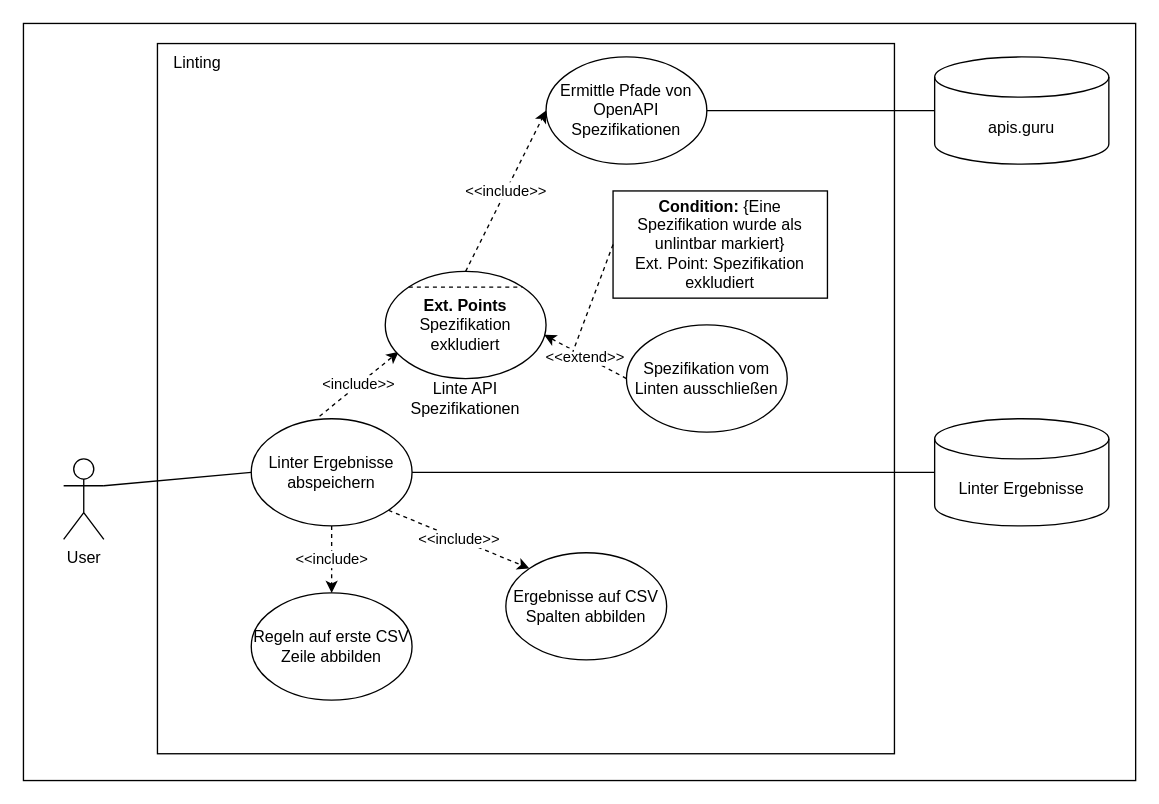
Above: requirements/usecase/linting.drawio in paulbrenker/thesis (draw.io), before the change. Source tidied: cells renumbered, new cells numbered last; positions are measured from the earlier drawing's top-left corner, leaving out a move shared by most shapes. Both pictures are drawn from the tidied source at 134%, with x=0, y=0 at pixel (23, 23).
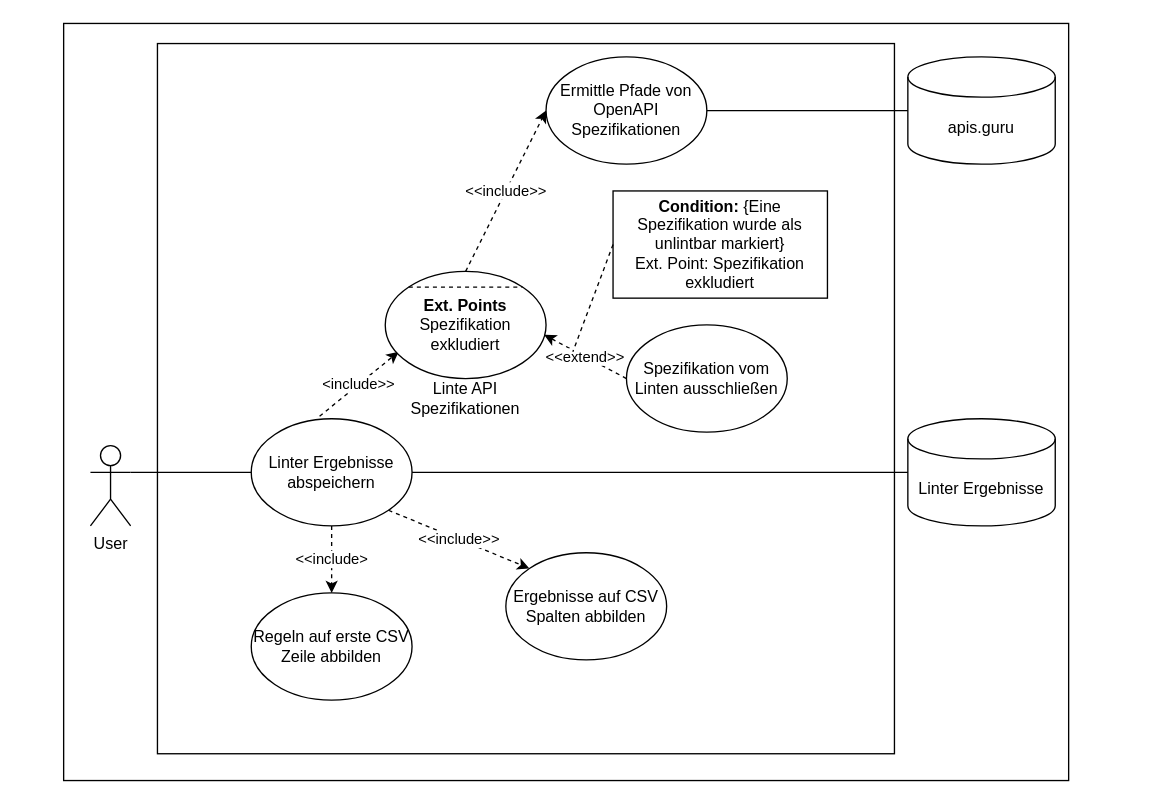
The same diagram, later.

Change to the diagram source:
```diff
@@
     <mxCell id="2" style="rounded=0;whiteSpace=wrap;html=1;" parent="1" vertex="1">
-      <mxGeometry width="830" height="565" as="geometry" />
+      <mxGeometry x="30" width="750" height="565" as="geometry" />
     </mxCell>
@@
     <mxCell id="4" value="User" style="shape=umlActor;verticalLabelPosition=bottom;verticalAlign=top;html=1;outlineConnect=0;" parent="1" vertex="1">
-      <mxGeometry x="30" y="325" width="30" height="60" as="geometry" />
+      <mxGeometry x="50" y="315" width="30" height="60" as="geometry" />
     </mxCell>
@@
     <mxCell id="11" value="Linter Ergebnisse" style="shape=cylinder3;whiteSpace=wrap;html=1;boundedLbl=1;backgroundOutline=1;size=15;" parent="1" vertex="1">
-      <mxGeometry x="680" y="295" width="130" height="80" as="geometry" />
+      <mxGeometry x="660" y="295" width="110" height="80" as="geometry" />
     </mxCell>
@@
-    <mxCell id="14" value="Linting" style="text;html=1;strokeColor=none;fillColor=none;align=center;verticalAlign=middle;whiteSpace=wrap;rounded=0;" parent="1" vertex="1">
-      <mxGeometry x="100" y="15" width="60" height="30" as="geometry" />
-    </mxCell>
@@
     <mxCell id="18" value="apis.guru" style="shape=cylinder3;whiteSpace=wrap;html=1;boundedLbl=1;backgroundOutline=1;size=15;" parent="1" vertex="1">
-      <mxGeometry x="680" y="25" width="130" height="80" as="geometry" />
+      <mxGeometry x="660" y="25" width="110" height="80" as="geometry" />
     </mxCell>
```
